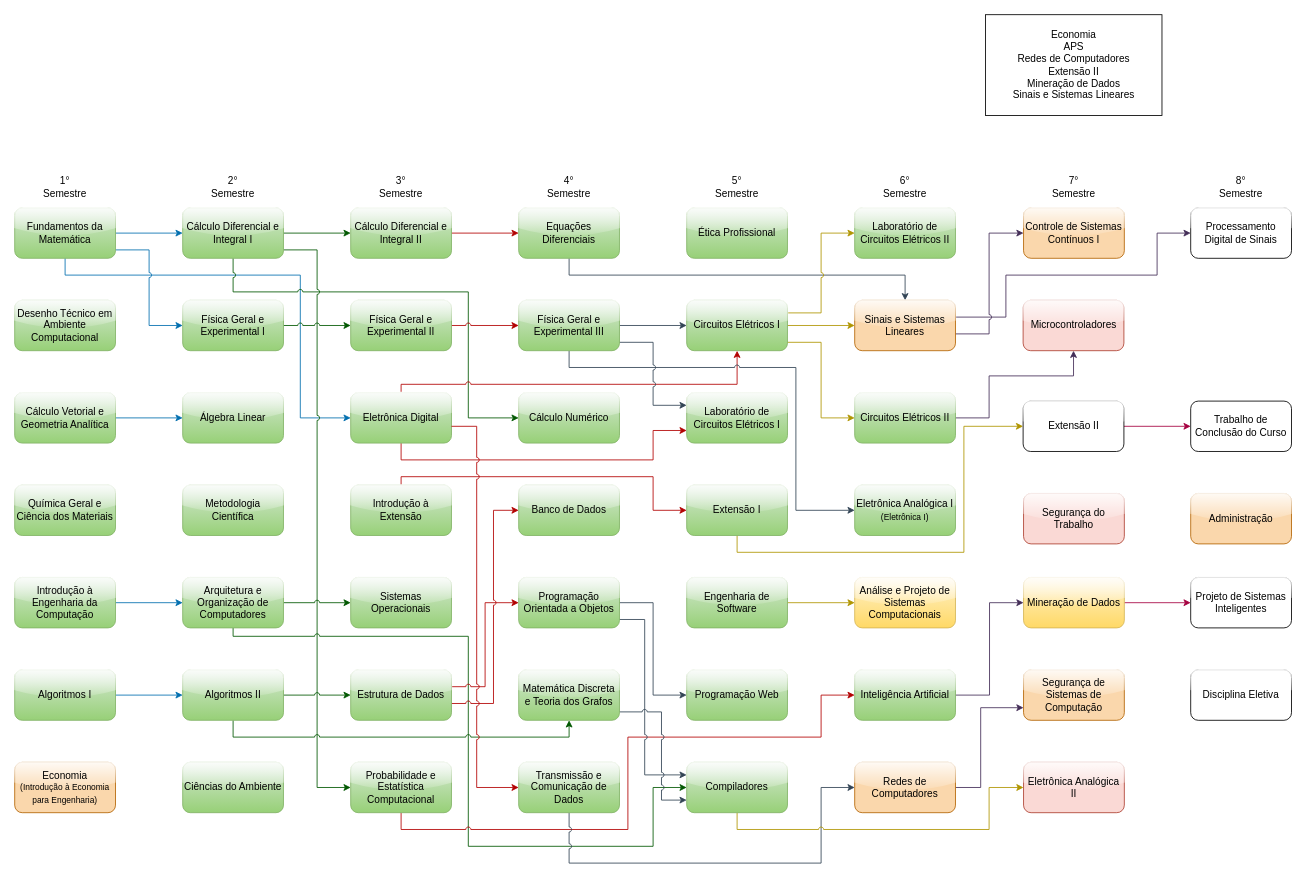
The draw.io diagram fluxograma-disciplinas.drawio in mateus-s-a/IFMT_Eng_Computacao, before the edit. Source tidied: cells renumbered, new cells numbered last; positions are measured from the earlier drawing's top-left corner, leaving out a move shared by most shapes. Both pictures are drawn from the tidied source at 84%, with x=0, y=0 at pixel (14, 14).
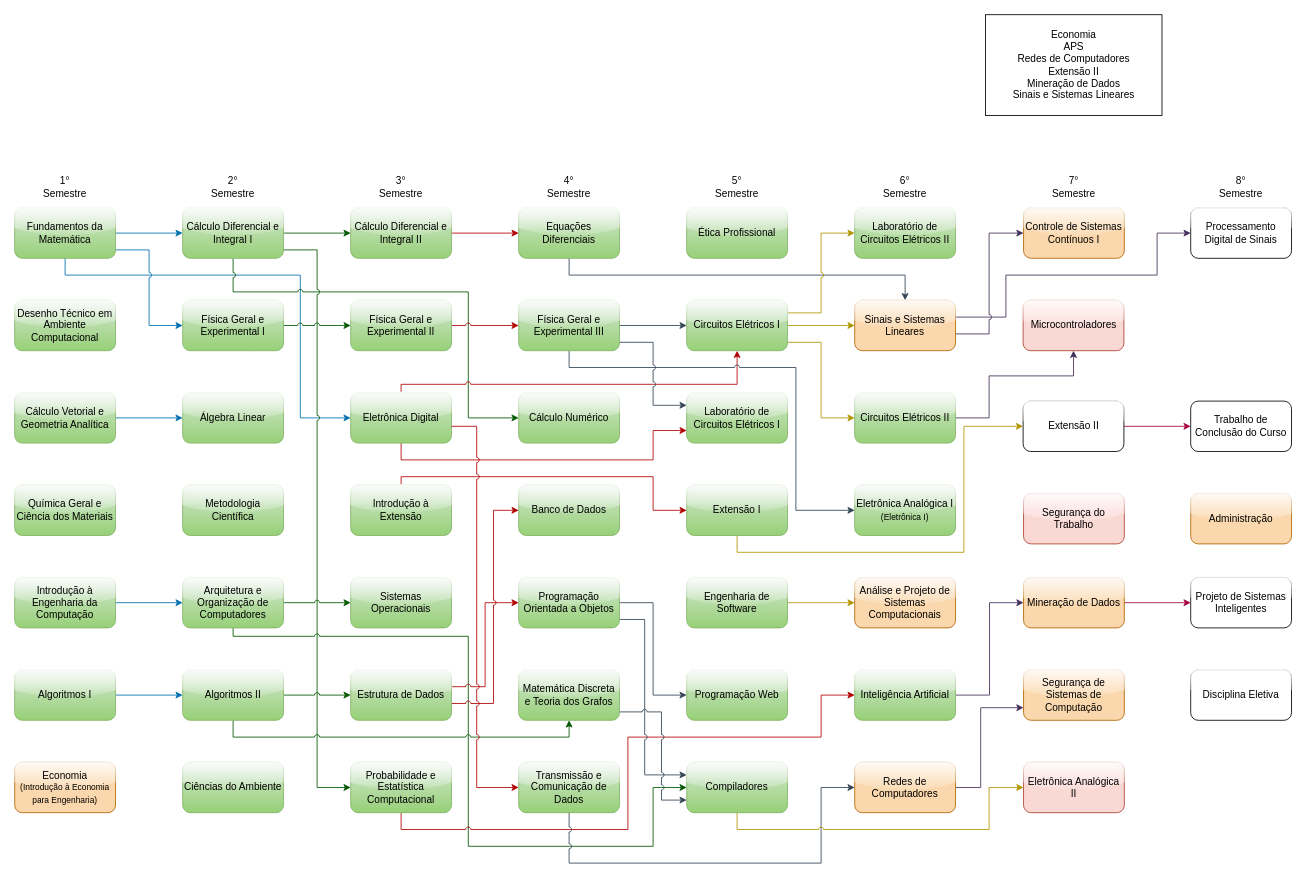
The same page after the edit.

The change refers to these unchanged cells:
```xml
<mxCell id="91" style="group;" parent="1" vertex="1">
  <mxGeometry x="1000" y="190" width="120" height="760" as="geometry" />
</mxCell>
<mxCell id="100" style="group;" parent="1" vertex="1">
  <mxGeometry x="1200.5" y="190" width="120.5" height="760" as="geometry" />
</mxCell>
```

The edit, as a diff of the source:
```diff
@@
-    <mxCell id="96" value="Análise e Projeto de Sistemas Computacionais" style="rounded=1;whiteSpace=wrap;html=1;glass=1;fillColor=#fff2cc;strokeColor=#d6b656;gradientColor=#ffd966;" parent="91" vertex="1">
+    <mxCell id="96" value="Análise e Projeto de Sistemas Computacionais" style="rounded=1;whiteSpace=wrap;html=1;glass=1;fillColor=#fad7ac;strokeColor=#b46504;" parent="91" vertex="1">
       <mxGeometry y="480" width="120" height="60" as="geometry" />
     </mxCell>
@@
-    <mxCell id="105" value="Mineração de Dados" style="rounded=1;whiteSpace=wrap;html=1;glass=1;fillColor=#fff2cc;gradientColor=#ffd966;strokeColor=#d6b656;" parent="100" vertex="1">
+    <mxCell id="105" value="Mineração de Dados" style="rounded=1;whiteSpace=wrap;html=1;glass=1;fillColor=#fad7ac;strokeColor=#b46504;" parent="100" vertex="1">
       <mxGeometry x="0.5" y="480" width="120" height="60" as="geometry" />
     </mxCell>
```
